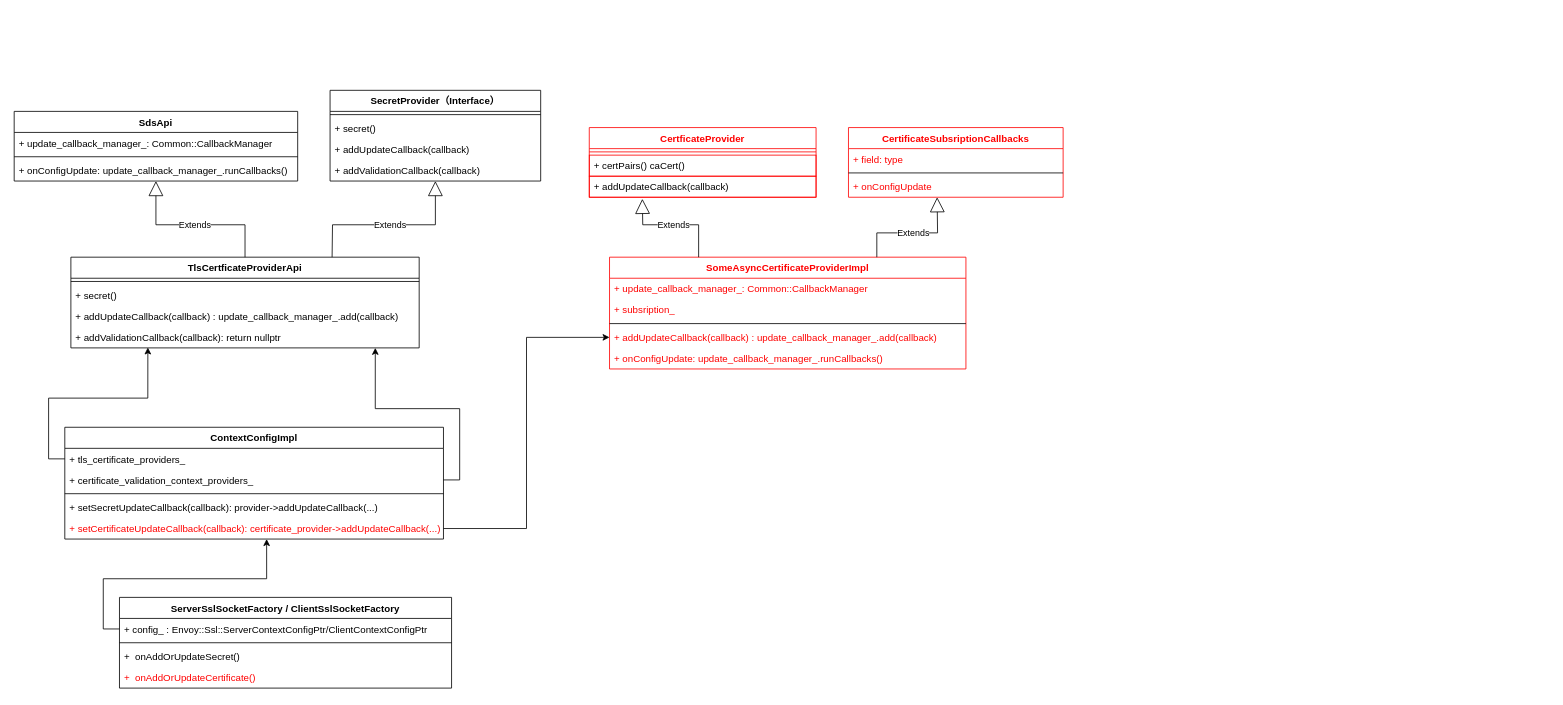
This is async_sds.drawio from LuyaoZhong/Figures, a draw.io file, before an edit. Source tidied: cells renumbered, new cells numbered last; positions are measured from the earlier drawing's top-left corner, leaving out a move shared by most shapes. Both pictures are drawn from the tidied source at 81%, with x=0, y=0 at pixel (14, 90).
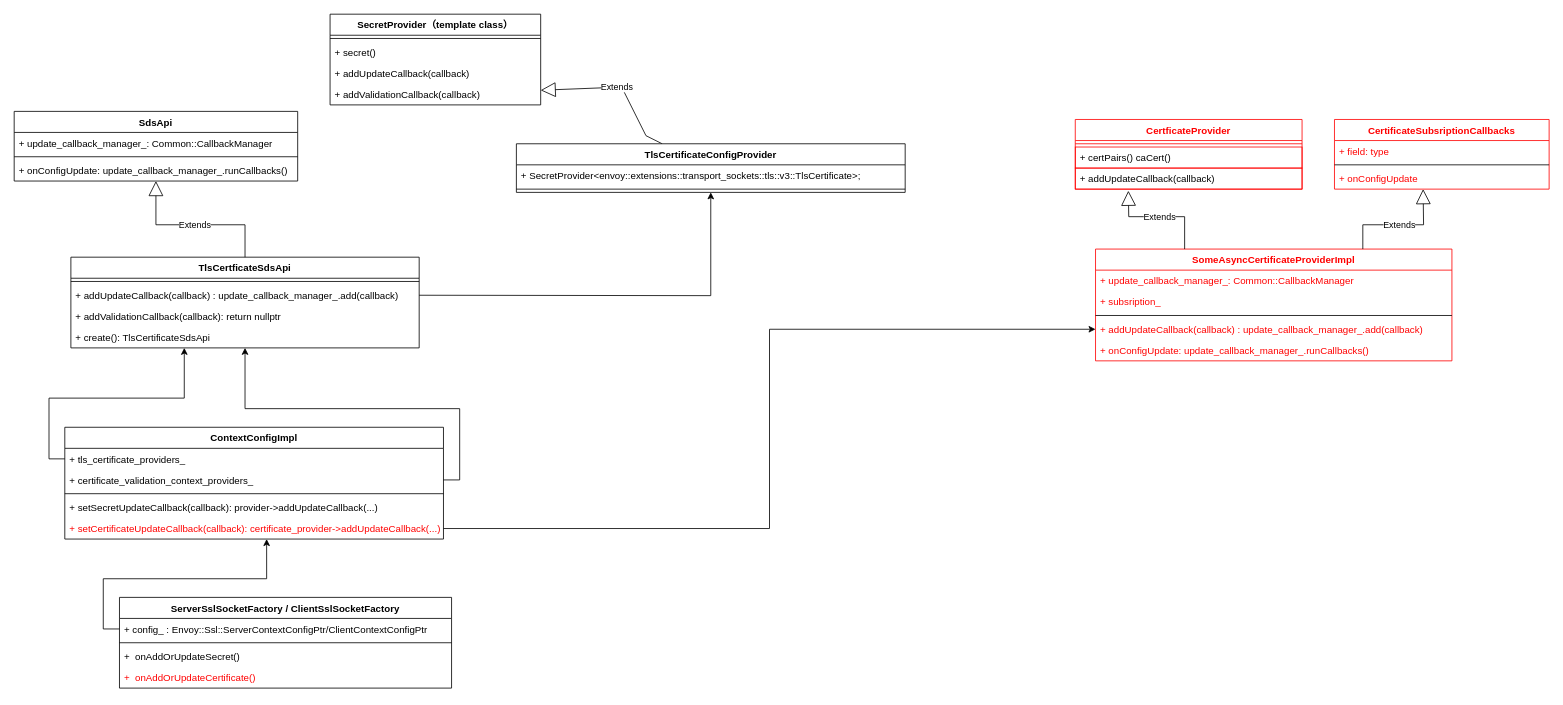
Above is the later version.

The change refers to these unchanged cells:
```xml
<mxCell id="16" value="+ addValidationCallback(callback)" style="text;strokeColor=none;fillColor=none;align=left;verticalAlign=top;spacingLeft=4;spacingRight=4;overflow=hidden;points=[[0,0.5],[1,0.5]];portConstraint=eastwest;" parent="12" vertex="1">
  <mxGeometry y="86" width="260" height="26" as="geometry" />
</mxCell>
<mxCell id="19" value="+ tls_certificate_providers_" style="text;strokeColor=none;fillColor=none;align=left;verticalAlign=top;spacingLeft=4;spacingRight=4;overflow=hidden;points=[[0,0.5],[1,0.5]];portConstraint=eastwest;" parent="18" vertex="1">
  <mxGeometry y="26" width="467.5" height="26" as="geometry" />
</mxCell>
<mxCell id="20" value="+ certificate_validation_context_providers_" style="text;strokeColor=none;fillColor=none;align=left;verticalAlign=top;spacingLeft=4;spacingRight=4;overflow=hidden;points=[[0,0.5],[1,0.5]];portConstraint=eastwest;" parent="18" vertex="1">
  <mxGeometry y="52" width="467.5" height="26" as="geometry" />
</mxCell>
<mxCell id="35" value="+ addUpdateCallback(callback)" style="text;strokeColor=#FF0000;fillColor=none;align=left;verticalAlign=top;spacingLeft=4;spacingRight=4;overflow=hidden;points=[[0,0.5],[1,0.5]];portConstraint=eastwest;" parent="32" vertex="1">
  <mxGeometry y="60" width="280" height="26" as="geometry" />
</mxCell>
<mxCell id="45" value="+ onConfigUpdate" style="text;strokeColor=none;fillColor=none;align=left;verticalAlign=top;spacingLeft=4;spacingRight=4;overflow=hidden;points=[[0,0.5],[1,0.5]];portConstraint=eastwest;fontColor=#FF0000;" parent="42" vertex="1">
  <mxGeometry y="60" width="265" height="26" as="geometry" />
</mxCell>
```

Change to the diagram source:
```diff
@@
-    <mxCell id="6" value="TlsCertficateProviderApi" style="swimlane;fontStyle=1;align=center;verticalAlign=top;horizontal=1;startSize=26;" parent="1" vertex="1">
+    <mxCell id="6" value="TlsCertficateSdsApi" style="swimlane;fontStyle=1;align=center;verticalAlign=top;horizontal=1;startSize=26;" parent="1" vertex="1">
       <mxGeometry x="70" y="206" width="430" height="112" as="geometry" />
     </mxCell>
@@
-    <mxCell id="8" value="+ secret()" style="text;strokeColor=none;fillColor=none;align=left;verticalAlign=top;spacingLeft=4;spacingRight=4;overflow=hidden;" parent="6" vertex="1">
-      <mxGeometry y="34" width="430" height="26" as="geometry" />
-    </mxCell>
     <mxCell id="9" value="+ addUpdateCallback(callback) : update_callback_manager_.add(callback) " style="text;strokeColor=none;fillColor=none;align=left;verticalAlign=top;spacingLeft=4;spacingRight=4;overflow=hidden;" parent="6" vertex="1">
-      <mxGeometry y="60" width="430" height="26" as="geometry" />
+      <mxGeometry y="34" width="430" height="26" as="geometry" />
     </mxCell>
     <mxCell id="10" value="+ addValidationCallback(callback): return nullptr" style="text;strokeColor=none;fillColor=none;align=left;verticalAlign=top;spacingLeft=4;spacingRight=4;overflow=hidden;points=[[0,0.5],[1,0.5]];portConstraint=eastwest;" parent="6" vertex="1">
-      <mxGeometry y="86" width="430" height="26" as="geometry" />
+      <mxGeometry y="60" width="430" height="26" as="geometry" />
     </mxCell>
+    <mxCell id="49" value="+ create(): TlsCertificateSdsApi" style="text;strokeColor=none;fillColor=none;align=left;verticalAlign=top;spacingLeft=4;spacingRight=4;overflow=hidden;" parent="6" vertex="1">
+      <mxGeometry y="86" width="430" height="26" as="geometry" />
+    </mxCell>
@@
-    <mxCell id="12" value="SecretProvider（Interface）" style="swimlane;fontStyle=1;align=center;verticalAlign=top;horizontal=1;startSize=26;" parent="1" vertex="1">
-      <mxGeometry x="390" width="260" height="112" as="geometry" />
+    <mxCell id="12" value="SecretProvider（template class）" style="swimlane;fontStyle=1;align=center;verticalAlign=top;horizontal=1;startSize=26;" parent="1" vertex="1">
+      <mxGeometry x="390" y="-94" width="260" height="112" as="geometry" />
     </mxCell>
@@
-    <mxCell id="17" value="Extends" style="endArrow=block;endSize=16;endFill=0;html=1;rounded=0;exitX=0.75;exitY=0;exitDx=0;exitDy=0;" parent="1" edge="1" source="6" target="16">
+    <mxCell id="17" value="Extends" style="endArrow=block;endSize=16;endFill=0;html=1;rounded=0;" parent="1" edge="1" source="50" target="16">
       <mxGeometry relative="1" as="geometry">
         <Array as="points">
-          <mxPoint x="393" y="166" />
-          <mxPoint x="520" y="166" />
+          <mxPoint x="780" y="56" />
+          <mxPoint x="750" y="-4" />
         </Array>
       </mxGeometry>
     </mxCell>
@@
-    <mxCell id="30" style="edgeStyle=orthogonalEdgeStyle;rounded=0;jettySize=auto;html=1;exitX=0;exitY=0.5;exitDx=0;exitDy=0;entryX=0.221;entryY=0.981;entryDx=0;entryDy=0;entryPerimeter=0;" parent="1" edge="1" source="19" target="10">
-      <mxGeometry relative="1" as="geometry" />
+    <mxCell id="30" style="edgeStyle=orthogonalEdgeStyle;rounded=0;jettySize=auto;html=1;exitX=0;exitY=0.5;exitDx=0;exitDy=0;" parent="1" edge="1" source="19" target="6">
+      <mxGeometry relative="1" as="geometry">
+        <Array as="points">
+          <mxPoint x="43" y="455" />
+          <mxPoint x="43" y="380" />
+          <mxPoint x="210" y="380" />
+        </Array>
+      </mxGeometry>
     </mxCell>
-    <mxCell id="31" style="edgeStyle=orthogonalEdgeStyle;rounded=0;jettySize=auto;html=1;exitX=1;exitY=0.5;exitDx=0;exitDy=0;entryX=0.874;entryY=1;entryDx=0;entryDy=0;entryPerimeter=0;" parent="1" edge="1" source="20" target="10">
+    <mxCell id="31" style="edgeStyle=orthogonalEdgeStyle;rounded=0;jettySize=auto;html=1;exitX=1;exitY=0.5;exitDx=0;exitDy=0;" parent="1" edge="1" source="20" target="6">
       <mxGeometry relative="1" as="geometry" />
     </mxCell>
     <mxCell id="32" value="CertficateProvider" style="swimlane;fontStyle=1;align=center;verticalAlign=top;horizontal=1;startSize=26;fontColor=#FF0000;strokeColor=#FF0000;" parent="1" vertex="1">
-      <mxGeometry x="710" y="46" width="280" height="86" as="geometry" />
+      <mxGeometry x="1310" y="36" width="280" height="86" as="geometry" />
     </mxCell>
@@
     <mxCell id="36" value="SomeAsyncCertificateProviderImpl" style="swimlane;fontStyle=1;align=center;verticalAlign=top;horizontal=1;startSize=26;fontColor=#FF0000;strokeColor=#FF0000;" parent="1" vertex="1">
-      <mxGeometry x="735" y="206" width="440" height="138" as="geometry" />
+      <mxGeometry x="1335" y="196" width="440" height="138" as="geometry" />
     </mxCell>
@@
     <mxCell id="42" value="CertificateSubsriptionCallbacks" style="swimlane;fontStyle=1;align=center;verticalAlign=top;horizontal=1;startSize=26;fontColor=#FF0000;strokeColor=#FF0000;" parent="1" vertex="1">
-      <mxGeometry x="1030" y="46" width="265" height="86" as="geometry" />
+      <mxGeometry x="1630" y="36" width="265" height="86" as="geometry" />
     </mxCell>
@@
     <mxCell id="47" value="Extends" style="endArrow=block;endSize=16;endFill=0;html=1;rounded=0;exitX=0.25;exitY=0;exitDx=0;exitDy=0;entryX=0.234;entryY=1.077;entryDx=0;entryDy=0;entryPerimeter=0;" parent="1" edge="1" source="36" target="35">
       <mxGeometry relative="1" as="geometry">
         <Array as="points">
-          <mxPoint x="845" y="166" />
-          <mxPoint x="776" y="166" />
+          <mxPoint x="1445" y="156" />
+          <mxPoint x="1376" y="156" />
         </Array>
       </mxGeometry>
     </mxCell>
     <mxCell id="48" value="Extends" style="endArrow=block;endSize=16;endFill=0;html=1;rounded=0;exitX=0.75;exitY=0;exitDx=0;exitDy=0;entryX=0.413;entryY=1;entryDx=0;entryDy=0;entryPerimeter=0;" parent="1" edge="1" source="36" target="45">
       <mxGeometry relative="1" as="geometry">
         <Array as="points">
-          <mxPoint x="1065" y="176" />
-          <mxPoint x="1140" y="176" />
+          <mxPoint x="1665" y="166" />
+          <mxPoint x="1740" y="166" />
         </Array>
       </mxGeometry>
     </mxCell>
+    <mxCell id="50" value="TlsCertificateConfigProvider" style="swimlane;fontStyle=1;align=center;verticalAlign=top;horizontal=1;startSize=26;" parent="1" vertex="1">
+      <mxGeometry x="620" y="66" width="480" height="60" as="geometry" />
+    </mxCell>
+    <mxCell id="51" value="+ SecretProvider&lt;envoy::extensions::transport_sockets::tls::v3::TlsCertificate&gt;;" style="text;strokeColor=none;fillColor=none;align=left;verticalAlign=top;spacingLeft=4;spacingRight=4;overflow=hidden;" parent="50" vertex="1">
+      <mxGeometry y="26" width="480" height="26" as="geometry" />
+    </mxCell>
+    <mxCell id="52" style="line;strokeWidth=1;fillColor=none;align=left;verticalAlign=middle;spacingTop=-1;spacingLeft=3;spacingRight=3;labelPosition=right;strokeColor=inherit;" parent="50" vertex="1">
+      <mxGeometry y="52" width="480" height="8" as="geometry" />
+    </mxCell>
+    <mxCell id="53" style="edgeStyle=orthogonalEdgeStyle;rounded=0;jettySize=auto;html=1;exitX=1;exitY=0.5;exitDx=0;exitDy=0;" parent="1" edge="1" target="50">
+      <mxGeometry relative="1" as="geometry">
+        <mxPoint x="500" y="253" as="sourcePoint" />
+      </mxGeometry>
+    </mxCell>
```
